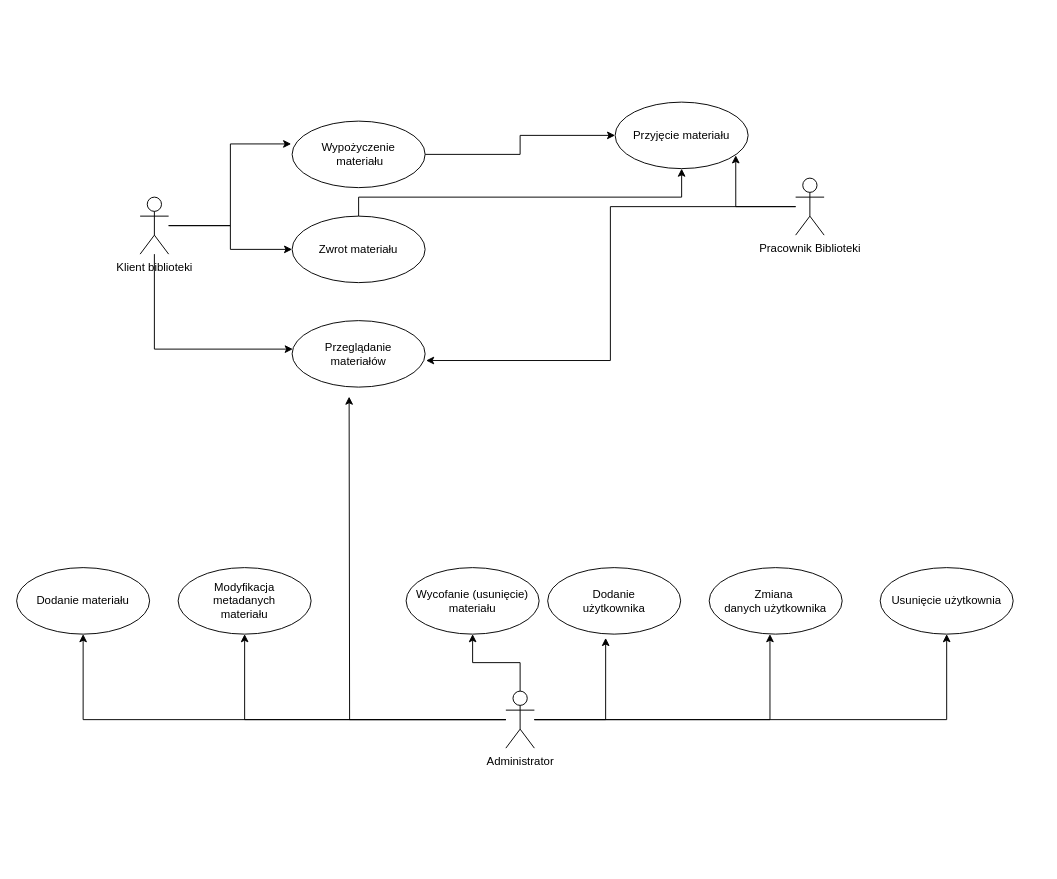
The draw.io diagram Untitled Diagram.drawio in mrogur/inz_opr, before the edit. Source tidied: cells renumbered, new cells numbered last; positions are measured from the earlier drawing's top-left corner, leaving out a move shared by most shapes. Both pictures are drawn from the tidied source at 95%, with x=0, y=0 at pixel (16, 102).
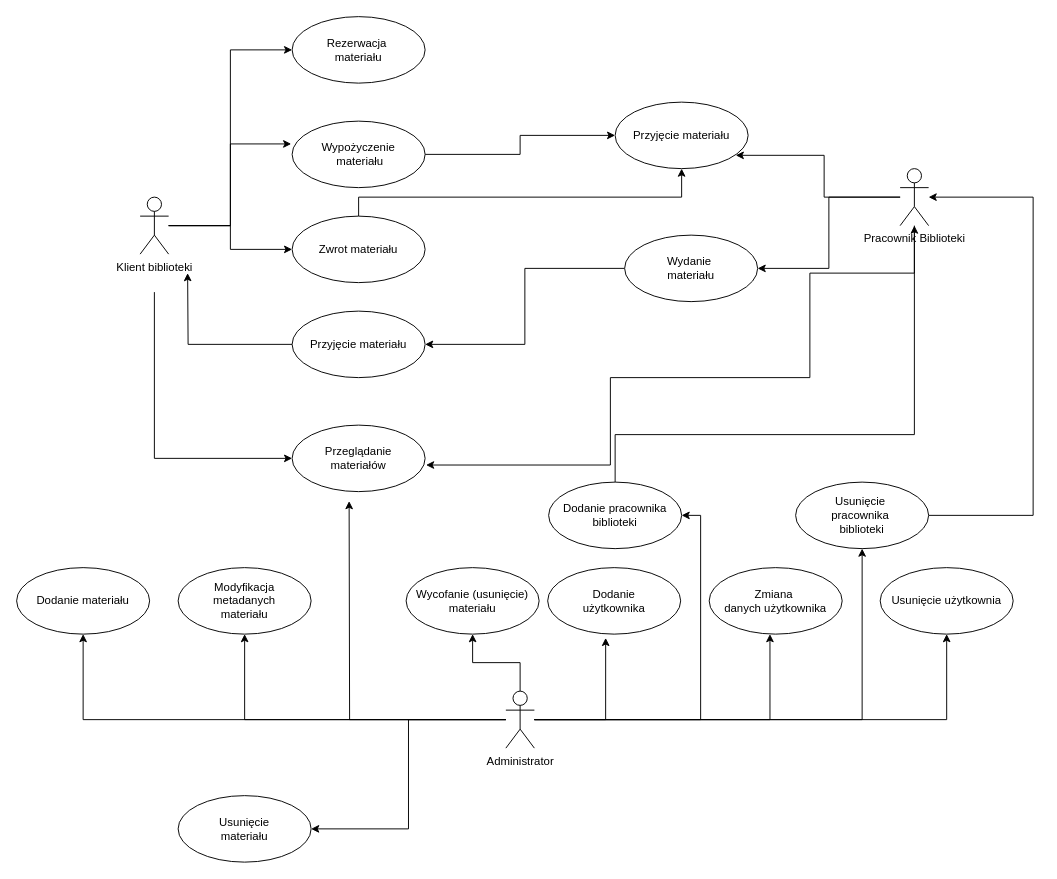
Above is the later version.

Unchanged cells that the change refers to:
```xml
<mxCell id="5" value="Klient biblioteki&lt;br&gt;" style="shape=umlActor;verticalLabelPosition=bottom;verticalAlign=top;html=1;" parent="1" vertex="1">
  <mxGeometry x="130" y="100" width="30" height="60" as="geometry" />
</mxCell>
<mxCell id="22" value="Administrator&lt;br&gt;" style="shape=umlActor;verticalLabelPosition=bottom;verticalAlign=top;html=1;" parent="1" vertex="1">
  <mxGeometry x="515" y="620" width="30" height="60" as="geometry" />
</mxCell>
```

Change to the diagram source:
```diff
@@
-    <mxCell id="4" style="edgeStyle=orthogonalEdgeStyle;rounded=0;jettySize=auto;html=1;" parent="1" edge="1" source="5" target="14">
+    <mxCell id="4" style="edgeStyle=orthogonalEdgeStyle;rounded=0;jettySize=auto;html=1;" parent="1" edge="1" target="14">
       <mxGeometry relative="1" as="geometry">
+        <mxPoint x="145" y="200" as="sourcePoint" />
         <Array as="points">
-          <mxPoint x="145" y="260" />
+          <mxPoint x="145" y="375" />
         </Array>
       </mxGeometry>
     </mxCell>
+    <mxCell id="29" style="edgeStyle=orthogonalEdgeStyle;rounded=0;jettySize=auto;html=1;entryX=0;entryY=0.5;entryDx=0;entryDy=0;" parent="1" edge="1" source="5" target="34">
+      <mxGeometry relative="1" as="geometry" />
+    </mxCell>
@@
     <mxCell id="11" style="edgeStyle=orthogonalEdgeStyle;rounded=0;jettySize=auto;html=1;entryX=1.007;entryY=0.6;entryDx=0;entryDy=0;entryPerimeter=0;" parent="1" edge="1" source="12" target="14">
-      <mxGeometry relative="1" as="geometry" />
+      <mxGeometry relative="1" as="geometry">
+        <Array as="points">
+          <mxPoint x="945" y="180" />
+          <mxPoint x="835" y="180" />
+          <mxPoint x="835" y="290" />
+          <mxPoint x="625" y="290" />
+          <mxPoint x="625" y="382" />
+        </Array>
+      </mxGeometry>
     </mxCell>
+    <mxCell id="30" style="edgeStyle=orthogonalEdgeStyle;rounded=0;jettySize=auto;html=1;entryX=1;entryY=0.5;entryDx=0;entryDy=0;" parent="1" edge="1" source="12" target="36">
+      <mxGeometry relative="1" as="geometry" />
+    </mxCell>
     <mxCell id="12" value="Pracownik Biblioteki" style="shape=umlActor;verticalLabelPosition=bottom;verticalAlign=top;html=1;" parent="1" vertex="1">
-      <mxGeometry x="820" y="80" width="30" height="60" as="geometry" />
+      <mxGeometry x="930" y="70" width="30" height="60" as="geometry" />
     </mxCell>
@@
     <mxCell id="14" value="Przeglądanie&lt;br&gt;materiałów" style="ellipse;whiteSpace=wrap;html=1;" parent="1" vertex="1">
-      <mxGeometry x="290" y="230" width="140" height="70" as="geometry" />
+      <mxGeometry x="290" y="340" width="140" height="70" as="geometry" />
     </mxCell>
@@
     <mxCell id="21" style="edgeStyle=orthogonalEdgeStyle;rounded=0;jettySize=auto;html=1;" parent="1" edge="1" source="22">
       <mxGeometry relative="1" as="geometry">
-        <mxPoint x="350" y="310" as="targetPoint" />
+        <mxPoint x="350" y="420" as="targetPoint" />
       </mxGeometry>
     </mxCell>
+    <mxCell id="31" style="edgeStyle=orthogonalEdgeStyle;rounded=0;jettySize=auto;html=1;entryX=1;entryY=0.5;entryDx=0;entryDy=0;" parent="1" edge="1" source="22" target="40">
+      <mxGeometry relative="1" as="geometry" />
+    </mxCell>
+    <mxCell id="32" style="edgeStyle=orthogonalEdgeStyle;rounded=0;jettySize=auto;html=1;" parent="1" edge="1" source="22" target="42">
+      <mxGeometry relative="1" as="geometry" />
+    </mxCell>
+    <mxCell id="33" style="edgeStyle=orthogonalEdgeStyle;rounded=0;jettySize=auto;html=1;entryX=1;entryY=0.5;entryDx=0;entryDy=0;" parent="1" edge="1" source="22" target="43">
+      <mxGeometry relative="1" as="geometry" />
+    </mxCell>
@@
+    <mxCell id="34" value="Rezerwacja&amp;nbsp;&lt;br&gt;materiału" style="ellipse;whiteSpace=wrap;html=1;" parent="1" vertex="1">
+      <mxGeometry x="290" y="-90" width="140" height="70" as="geometry" />
+    </mxCell>
+    <mxCell id="35" style="edgeStyle=orthogonalEdgeStyle;rounded=0;jettySize=auto;html=1;entryX=1;entryY=0.5;entryDx=0;entryDy=0;" parent="1" edge="1" source="36" target="38">
+      <mxGeometry relative="1" as="geometry" />
+    </mxCell>
+    <mxCell id="36" value="Wydanie&amp;nbsp;&lt;br&gt;materiału" style="ellipse;whiteSpace=wrap;html=1;" parent="1" vertex="1">
+      <mxGeometry x="640" y="140" width="140" height="70" as="geometry" />
+    </mxCell>
+    <mxCell id="37" style="edgeStyle=orthogonalEdgeStyle;rounded=0;jettySize=auto;html=1;" parent="1" edge="1" source="38">
+      <mxGeometry relative="1" as="geometry">
+        <mxPoint x="180" y="180" as="targetPoint" />
+      </mxGeometry>
+    </mxCell>
+    <mxCell id="38" value="Przyjęcie materiału" style="ellipse;whiteSpace=wrap;html=1;" parent="1" vertex="1">
+      <mxGeometry x="290" y="220" width="140" height="70" as="geometry" />
+    </mxCell>
+    <mxCell id="39" style="edgeStyle=orthogonalEdgeStyle;rounded=0;jettySize=auto;html=1;" parent="1" edge="1" source="40" target="12">
+      <mxGeometry relative="1" as="geometry">
+        <Array as="points">
+          <mxPoint x="630" y="350" />
+          <mxPoint x="945" y="350" />
+        </Array>
+      </mxGeometry>
+    </mxCell>
+    <mxCell id="40" value="Dodanie pracownika&lt;br&gt;biblioteki" style="ellipse;whiteSpace=wrap;html=1;" parent="1" vertex="1">
+      <mxGeometry x="560" y="400" width="140" height="70" as="geometry" />
+    </mxCell>
+    <mxCell id="41" style="edgeStyle=orthogonalEdgeStyle;rounded=0;jettySize=auto;html=1;" parent="1" edge="1" source="42" target="12">
+      <mxGeometry relative="1" as="geometry">
+        <Array as="points">
+          <mxPoint x="1070" y="435" />
+          <mxPoint x="1070" y="100" />
+        </Array>
+      </mxGeometry>
+    </mxCell>
+    <mxCell id="42" value="Usunięcie&amp;nbsp;&lt;br&gt;pracownika&amp;nbsp;&lt;br&gt;biblioteki" style="ellipse;whiteSpace=wrap;html=1;" parent="1" vertex="1">
+      <mxGeometry x="820" y="400" width="140" height="70" as="geometry" />
+    </mxCell>
+    <mxCell id="43" value="Usunięcie&lt;br&gt;materiału" style="ellipse;whiteSpace=wrap;html=1;" parent="1" vertex="1">
+      <mxGeometry x="170" y="730" width="140" height="70" as="geometry" />
+    </mxCell>
```
